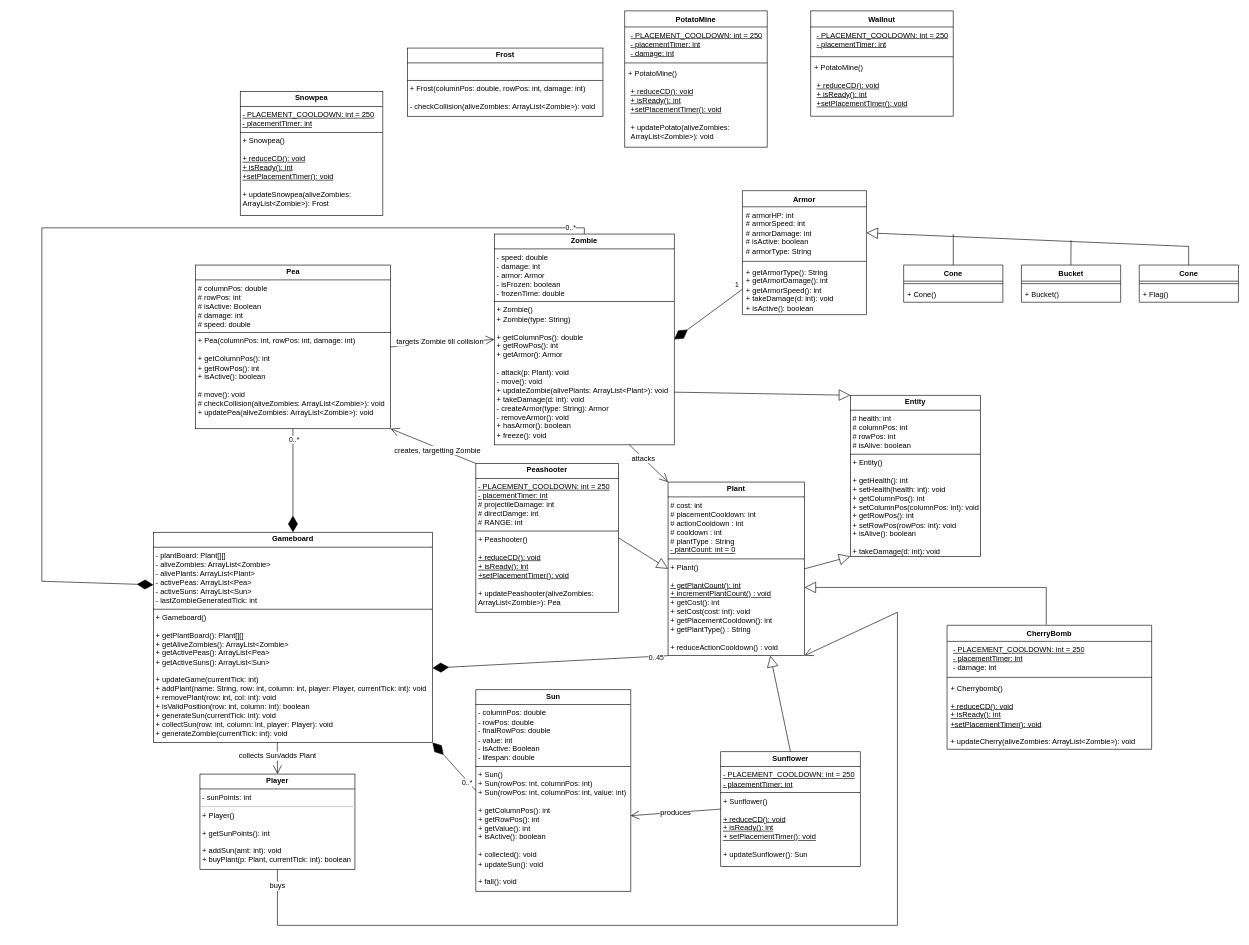
Earlier version of the draw.io diagram pvz-uml.drawio (gabespineli/plants-vs-zombies). Source tidied: cells renumbered, new cells numbered last; positions are measured from the earlier drawing's top-left corner, leaving out a move shared by most shapes. Both pictures are drawn from the tidied source at 62%, with x=0, y=0 at pixel (42, 11).
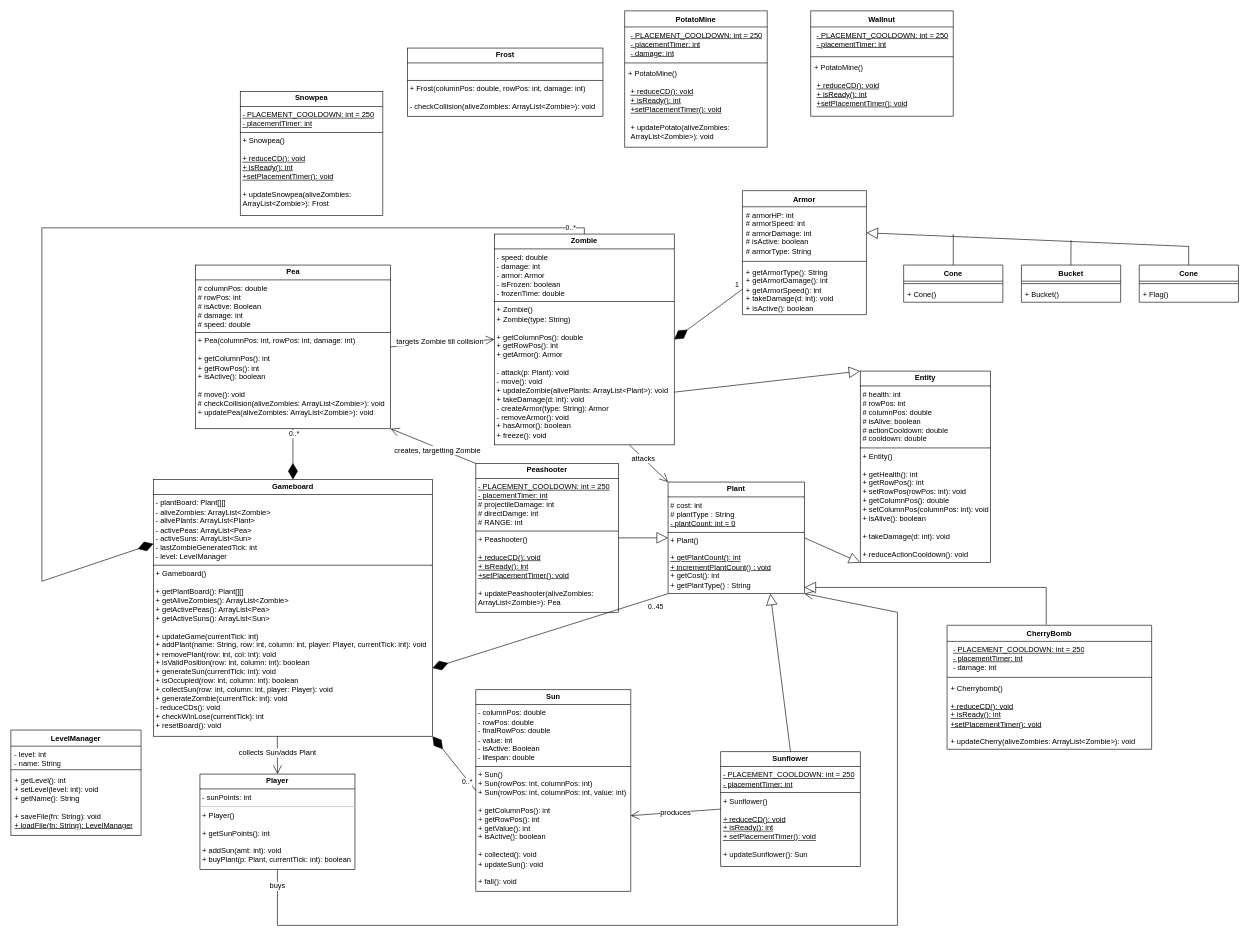
The same page after the edit.

Commit message (it also covers changes not shown here):
fixed a bit of access mods and uml

Diff of the diagram source:
```diff
@@
-    <mxCell id="3" value="&lt;p style=&quot;margin:0px;margin-top:4px;text-align:center;&quot;&gt;&lt;b&gt;Plant&lt;/b&gt;&lt;/p&gt;&lt;hr size=&quot;1&quot; style=&quot;border-style:solid;&quot;&gt;&lt;p style=&quot;margin:0px;margin-left:4px;&quot;&gt;# cost: int&lt;/p&gt;&lt;p style=&quot;margin:0px;margin-left:4px;&quot;&gt;# placementCooldown: int&lt;/p&gt;&lt;p style=&quot;margin:0px;margin-left:4px;&quot;&gt;# actionCooldown : int&lt;/p&gt;&lt;p style=&quot;margin:0px;margin-left:4px;&quot;&gt;# cooldown : int&lt;/p&gt;&lt;p style=&quot;margin:0px;margin-left:4px;&quot;&gt;# plantType : String&lt;/p&gt;&lt;p style=&quot;margin:0px;margin-left:4px;&quot;&gt;&lt;u&gt;- plantCount: int = 0&lt;/u&gt;&lt;/p&gt;&lt;hr size=&quot;1&quot; style=&quot;border-style:solid;&quot;&gt;&lt;p style=&quot;margin:0px;margin-left:4px;&quot;&gt;+ Plant()&lt;/p&gt;&lt;p style=&quot;margin:0px;margin-left:4px;&quot;&gt;&lt;br&gt;&lt;/p&gt;&lt;p style=&quot;margin:0px;margin-left:4px;&quot;&gt;&lt;u&gt;+ getPlantCount(): int&lt;/u&gt;&lt;/p&gt;&lt;p style=&quot;margin:0px;margin-left:4px;&quot;&gt;&lt;u&gt;+ incrementPlantCount() : void&lt;/u&gt;&lt;/p&gt;&lt;p style=&quot;margin:0px;margin-left:4px;&quot;&gt;+ getCost(): int&lt;/p&gt;&lt;p style=&quot;margin:0px;margin-left:4px;&quot;&gt;+ setCost(cost: int): void&lt;/p&gt;&lt;p style=&quot;margin: 0px 0px 0px 4px;&quot;&gt;+ getPlacementCooldown(): int&lt;/p&gt;&lt;p style=&quot;margin: 0px 0px 0px 4px;&quot;&gt;+ getPlantType() : String&lt;/p&gt;&lt;p style=&quot;margin: 0px 0px 0px 4px;&quot;&gt;&lt;span style=&quot;background-color: transparent; color: light-dark(rgb(0, 0, 0), rgb(255, 255, 255));&quot;&gt;&lt;br&gt;&lt;/span&gt;&lt;/p&gt;&lt;p style=&quot;margin: 0px 0px 0px 4px;&quot;&gt;&lt;span style=&quot;background-color: transparent; color: light-dark(rgb(0, 0, 0), rgb(255, 255, 255));&quot;&gt;+ reduceActionCooldown() : void&lt;/span&gt;&lt;/p&gt;&lt;p style=&quot;margin: 0px 0px 0px 4px;&quot;&gt;&lt;span style=&quot;background-color: transparent; color: light-dark(rgb(0, 0, 0), rgb(255, 255, 255));&quot;&gt;&lt;br&gt;&lt;/span&gt;&lt;/p&gt;&lt;p style=&quot;margin: 0px 0px 0px 4px;&quot;&gt;&lt;span style=&quot;background-color: transparent; color: light-dark(rgb(0, 0, 0), rgb(255, 255, 255));&quot;&gt;&lt;br&gt;&lt;/span&gt;&lt;/p&gt;&lt;p style=&quot;margin: 0px 0px 0px 4px;&quot;&gt;&lt;span style=&quot;background-color: transparent; color: light-dark(rgb(0, 0, 0), rgb(255, 255, 255));&quot;&gt;&lt;br&gt;&lt;/span&gt;&lt;/p&gt;" style="verticalAlign=top;align=left;overflow=fill;html=1;whiteSpace=wrap;" parent="1" vertex="1">
-      <mxGeometry x="1010" y="760" width="220" height="280" as="geometry" />
+    <mxCell id="3" value="&lt;p style=&quot;margin:0px;margin-top:4px;text-align:center;&quot;&gt;&lt;b&gt;Plant&lt;/b&gt;&lt;/p&gt;&lt;hr size=&quot;1&quot; style=&quot;border-style:solid;&quot;&gt;&lt;p style=&quot;margin:0px;margin-left:4px;&quot;&gt;# cost: int&lt;/p&gt;&lt;p style=&quot;margin:0px;margin-left:4px;&quot;&gt;# plantType : String&lt;/p&gt;&lt;p style=&quot;margin:0px;margin-left:4px;&quot;&gt;&lt;u&gt;- plantCount: int = 0&lt;/u&gt;&lt;/p&gt;&lt;hr size=&quot;1&quot; style=&quot;border-style:solid;&quot;&gt;&lt;p style=&quot;margin:0px;margin-left:4px;&quot;&gt;+ Plant()&lt;/p&gt;&lt;p style=&quot;margin:0px;margin-left:4px;&quot;&gt;&lt;br&gt;&lt;/p&gt;&lt;p style=&quot;margin:0px;margin-left:4px;&quot;&gt;&lt;u&gt;+ getPlantCount(): int&lt;/u&gt;&lt;/p&gt;&lt;p style=&quot;margin:0px;margin-left:4px;&quot;&gt;&lt;u&gt;+ incrementPlantCount() : void&lt;/u&gt;&lt;/p&gt;&lt;p style=&quot;margin:0px;margin-left:4px;&quot;&gt;+ getCost(): int&lt;/p&gt;&lt;p style=&quot;margin: 0px 0px 0px 4px;&quot;&gt;+ getPlantType() : String&lt;/p&gt;&lt;p style=&quot;margin: 0px 0px 0px 4px;&quot;&gt;&lt;span style=&quot;background-color: transparent; color: light-dark(rgb(0, 0, 0), rgb(255, 255, 255));&quot;&gt;&lt;br&gt;&lt;/span&gt;&lt;/p&gt;&lt;p style=&quot;margin: 0px 0px 0px 4px;&quot;&gt;&lt;span style=&quot;background-color: transparent; color: light-dark(rgb(0, 0, 0), rgb(255, 255, 255));&quot;&gt;&lt;br&gt;&lt;/span&gt;&lt;/p&gt;&lt;p style=&quot;margin: 0px 0px 0px 4px;&quot;&gt;&lt;span style=&quot;background-color: transparent; color: light-dark(rgb(0, 0, 0), rgb(255, 255, 255));&quot;&gt;&lt;br&gt;&lt;/span&gt;&lt;/p&gt;" style="verticalAlign=top;align=left;overflow=fill;html=1;whiteSpace=wrap;" parent="1" vertex="1">
+      <mxGeometry x="1010" y="760" width="220" height="180" as="geometry" />
     </mxCell>
@@
-    <mxCell id="5" value="&lt;p style=&quot;margin:0px;margin-top:4px;text-align:center;&quot;&gt;&lt;b&gt;Entity&lt;/b&gt;&lt;/p&gt;&lt;hr size=&quot;1&quot; style=&quot;border-style:solid;&quot;&gt;&lt;p style=&quot;margin:0px;margin-left:4px;&quot;&gt;# health: int&lt;/p&gt;&lt;p style=&quot;margin:0px;margin-left:4px;&quot;&gt;# columnPos: int&lt;/p&gt;&lt;p style=&quot;margin:0px;margin-left:4px;&quot;&gt;# rowPos: int&lt;/p&gt;&lt;p style=&quot;margin:0px;margin-left:4px;&quot;&gt;# isAlive: boolean&lt;/p&gt;&lt;hr size=&quot;1&quot; style=&quot;border-style:solid;&quot;&gt;&lt;p style=&quot;margin:0px;margin-left:4px;&quot;&gt;+ Entity()&lt;/p&gt;&lt;p style=&quot;margin:0px;margin-left:4px;&quot;&gt;&lt;br&gt;&lt;/p&gt;&lt;p style=&quot;margin: 0px 0px 0px 4px;&quot;&gt;+ getHealth(): int&lt;/p&gt;&lt;p style=&quot;margin: 0px 0px 0px 4px;&quot;&gt;+ setHealth(health: int): void&lt;/p&gt;&lt;p style=&quot;margin: 0px 0px 0px 4px;&quot;&gt;+ getColumnPos(): int&lt;/p&gt;&lt;p style=&quot;margin: 0px 0px 0px 4px;&quot;&gt;+ setColumnPos(columnPos: int): void&lt;/p&gt;&lt;p style=&quot;margin: 0px 0px 0px 4px;&quot;&gt;+ getRowPos(): int&lt;/p&gt;&lt;p style=&quot;margin: 0px 0px 0px 4px;&quot;&gt;+ setRowPos(rowPos: int): void&lt;/p&gt;&lt;p style=&quot;margin: 0px 0px 0px 4px;&quot;&gt;+ isAlive(): boolean&lt;/p&gt;&lt;p style=&quot;margin: 0px 0px 0px 4px;&quot;&gt;&lt;br&gt;&lt;/p&gt;&lt;p style=&quot;margin:0px;margin-left:4px;&quot;&gt;+ takeDamage(d: int): void&lt;/p&gt;&lt;p style=&quot;margin:0px;margin-left:4px;&quot;&gt;&lt;br&gt;&lt;/p&gt;&lt;p style=&quot;margin:0px;margin-left:4px;&quot;&gt;&lt;br&gt;&lt;/p&gt;" style="verticalAlign=top;align=left;overflow=fill;html=1;whiteSpace=wrap;" parent="1" vertex="1">
-      <mxGeometry x="1304" y="620" width="210" height="260" as="geometry" />
+    <mxCell id="5" value="&lt;p style=&quot;margin:0px;margin-top:4px;text-align:center;&quot;&gt;&lt;b&gt;Entity&lt;/b&gt;&lt;/p&gt;&lt;hr size=&quot;1&quot; style=&quot;border-style:solid;&quot;&gt;&lt;p style=&quot;margin:0px;margin-left:4px;&quot;&gt;# health: int&lt;/p&gt;&lt;p style=&quot;margin:0px;margin-left:4px;&quot;&gt;# rowPos: int&lt;/p&gt;&lt;p style=&quot;margin:0px;margin-left:4px;&quot;&gt;# columnPos: double&lt;/p&gt;&lt;p style=&quot;margin:0px;margin-left:4px;&quot;&gt;# isAlive: boolean&lt;/p&gt;&lt;p style=&quot;margin:0px;margin-left:4px;&quot;&gt;# actionCooldown: double&lt;/p&gt;&lt;p style=&quot;margin:0px;margin-left:4px;&quot;&gt;# cooldown: double&lt;/p&gt;&lt;hr size=&quot;1&quot; style=&quot;border-style:solid;&quot;&gt;&lt;p style=&quot;margin:0px;margin-left:4px;&quot;&gt;+ Entity()&lt;/p&gt;&lt;p style=&quot;margin:0px;margin-left:4px;&quot;&gt;&lt;br&gt;&lt;/p&gt;&lt;p style=&quot;margin: 0px 0px 0px 4px;&quot;&gt;+ getHealth(): int&lt;/p&gt;&lt;p style=&quot;margin: 0px 0px 0px 4px;&quot;&gt;+ getRowPos(): int&lt;/p&gt;&lt;p style=&quot;margin: 0px 0px 0px 4px;&quot;&gt;+ setRowPos(rowPos: int): void&lt;/p&gt;&lt;p style=&quot;margin: 0px 0px 0px 4px;&quot;&gt;+ getColumnPos(): double&lt;/p&gt;&lt;p style=&quot;margin: 0px 0px 0px 4px;&quot;&gt;+ setColumnPos(columnPos: int): void&lt;/p&gt;&lt;p style=&quot;margin: 0px 0px 0px 4px;&quot;&gt;+ isAlive(): boolean&lt;/p&gt;&lt;p style=&quot;margin: 0px 0px 0px 4px;&quot;&gt;&lt;br&gt;&lt;/p&gt;&lt;p style=&quot;margin:0px;margin-left:4px;&quot;&gt;+ takeDamage(d: int): void&lt;/p&gt;&lt;p style=&quot;margin:0px;margin-left:4px;&quot;&gt;&lt;br&gt;&lt;/p&gt;&lt;p style=&quot;margin:0px;margin-left:4px;&quot;&gt;+ reduceActionCooldown(): void&lt;/p&gt;&lt;p style=&quot;margin:0px;margin-left:4px;&quot;&gt;&lt;br&gt;&lt;/p&gt;" style="verticalAlign=top;align=left;overflow=fill;html=1;whiteSpace=wrap;" parent="1" vertex="1">
+      <mxGeometry x="1320" y="581" width="210" height="309" as="geometry" />
     </mxCell>
@@
-    <mxCell id="8" value="&lt;p style=&quot;margin:0px;margin-top:4px;text-align:center;&quot;&gt;&lt;b&gt;Gameboard&lt;/b&gt;&lt;/p&gt;&lt;hr size=&quot;1&quot; style=&quot;border-style:solid;&quot;&gt;&lt;p style=&quot;margin:0px;margin-left:4px;&quot;&gt;&lt;span style=&quot;background-color: transparent; color: light-dark(rgb(0, 0, 0), rgb(255, 255, 255));&quot;&gt;- plantBoard: Plant[][]&lt;/span&gt;&lt;/p&gt;&lt;p style=&quot;margin:0px;margin-left:4px;&quot;&gt;- aliveZombies: ArrayList&amp;lt;Zombie&amp;gt;&lt;/p&gt;&lt;p style=&quot;margin:0px;margin-left:4px;&quot;&gt;- alivePlants: ArrayList&amp;lt;Plant&amp;gt;&lt;/p&gt;&lt;p style=&quot;margin:0px;margin-left:4px;&quot;&gt;- activePeas: ArrayList&amp;lt;Pea&amp;gt;&lt;/p&gt;&lt;p style=&quot;margin:0px;margin-left:4px;&quot;&gt;- activeSuns: ArrayList&amp;lt;Sun&amp;gt;&lt;/p&gt;&lt;p style=&quot;margin:0px;margin-left:4px;&quot;&gt;- lastZombieGeneratedTick: int&lt;/p&gt;&lt;hr size=&quot;1&quot; style=&quot;border-style:solid;&quot;&gt;&lt;p style=&quot;margin:0px;margin-left:4px;&quot;&gt;+ Gameboard()&lt;/p&gt;&lt;p style=&quot;margin:0px;margin-left:4px;&quot;&gt;&lt;br&gt;&lt;/p&gt;&lt;p style=&quot;margin:0px;margin-left:4px;&quot;&gt;+ getPlantBoard(): Plant[][]&lt;/p&gt;&lt;p style=&quot;margin:0px;margin-left:4px;&quot;&gt;+ getAliveZombies(): ArrayList&amp;lt;Zombie&amp;gt;&lt;/p&gt;&lt;p style=&quot;margin:0px;margin-left:4px;&quot;&gt;+ getActivePeas(): ArrayList&amp;lt;Pea&amp;gt;&lt;/p&gt;&lt;p style=&quot;margin:0px;margin-left:4px;&quot;&gt;+ getActiveSuns(): ArrayList&amp;lt;Sun&amp;gt;&lt;/p&gt;&lt;p style=&quot;margin:0px;margin-left:4px;&quot;&gt;&lt;br&gt;&lt;/p&gt;&lt;p style=&quot;margin:0px;margin-left:4px;&quot;&gt;&lt;span style=&quot;white-space-collapse: preserve;&quot;&gt;+ updateGame(currentTick: int)&lt;/span&gt;&lt;/p&gt;&lt;p style=&quot;margin:0px;margin-left:4px;&quot;&gt;&lt;span style=&quot;white-space-collapse: preserve;&quot;&gt;+ addPlant(name: String, row: int, column: int, player: Player, currentTick: int): void&lt;/span&gt;&lt;span style=&quot;white-space-collapse: preserve;&quot;&gt;&lt;/span&gt;&lt;/p&gt;&lt;p style=&quot;margin:0px;margin-left:4px;&quot;&gt;&lt;span style=&quot;white-space-collapse: preserve;&quot;&gt;+ removePlant(row: int, col: int): void&lt;/span&gt;&lt;/p&gt;&lt;p style=&quot;margin:0px;margin-left:4px;&quot;&gt;&lt;span style=&quot;white-space-collapse: preserve;&quot;&gt;+ isValidPosition(row: int, column: int): boolean&lt;/span&gt;&lt;/p&gt;&lt;p style=&quot;margin:0px;margin-left:4px;&quot;&gt;+ generateSun(currentTick: int): void&lt;/p&gt;&lt;p style=&quot;margin:0px;margin-left:4px;&quot;&gt;+ collectSun(row: int, column: int, player: Player): void&lt;/p&gt;&lt;p style=&quot;margin:0px;margin-left:4px;&quot;&gt;+ generateZombie(currentTick: int): void&lt;/p&gt;" style="verticalAlign=top;align=left;overflow=fill;html=1;whiteSpace=wrap;" parent="1" vertex="1">
-      <mxGeometry x="180" y="841" width="450" height="339" as="geometry" />
+    <mxCell id="8" value="&lt;p style=&quot;margin:0px;margin-top:4px;text-align:center;&quot;&gt;&lt;b&gt;Gameboard&lt;/b&gt;&lt;/p&gt;&lt;hr size=&quot;1&quot; style=&quot;border-style:solid;&quot;&gt;&lt;p style=&quot;margin:0px;margin-left:4px;&quot;&gt;&lt;span style=&quot;background-color: transparent; color: light-dark(rgb(0, 0, 0), rgb(255, 255, 255));&quot;&gt;- plantBoard: Plant[][]&lt;/span&gt;&lt;/p&gt;&lt;p style=&quot;margin:0px;margin-left:4px;&quot;&gt;- aliveZombies: ArrayList&amp;lt;Zombie&amp;gt;&lt;/p&gt;&lt;p style=&quot;margin:0px;margin-left:4px;&quot;&gt;- alivePlants: ArrayList&amp;lt;Plant&amp;gt;&lt;/p&gt;&lt;p style=&quot;margin:0px;margin-left:4px;&quot;&gt;- activePeas: ArrayList&amp;lt;Pea&amp;gt;&lt;/p&gt;&lt;p style=&quot;margin:0px;margin-left:4px;&quot;&gt;- activeSuns: ArrayList&amp;lt;Sun&amp;gt;&lt;/p&gt;&lt;p style=&quot;margin:0px;margin-left:4px;&quot;&gt;- lastZombieGeneratedTick: int&lt;/p&gt;&lt;p style=&quot;margin:0px;margin-left:4px;&quot;&gt;- level: LevelManager&lt;/p&gt;&lt;hr size=&quot;1&quot; style=&quot;border-style:solid;&quot;&gt;&lt;p style=&quot;margin:0px;margin-left:4px;&quot;&gt;+ Gameboard()&lt;/p&gt;&lt;p style=&quot;margin:0px;margin-left:4px;&quot;&gt;&lt;br&gt;&lt;/p&gt;&lt;p style=&quot;margin:0px;margin-left:4px;&quot;&gt;+ getPlantBoard(): Plant[][]&lt;/p&gt;&lt;p style=&quot;margin:0px;margin-left:4px;&quot;&gt;+ getAliveZombies(): ArrayList&amp;lt;Zombie&amp;gt;&lt;/p&gt;&lt;p style=&quot;margin:0px;margin-left:4px;&quot;&gt;+ getActivePeas(): ArrayList&amp;lt;Pea&amp;gt;&lt;/p&gt;&lt;p style=&quot;margin:0px;margin-left:4px;&quot;&gt;+ getActiveSuns(): ArrayList&amp;lt;Sun&amp;gt;&lt;/p&gt;&lt;p style=&quot;margin:0px;margin-left:4px;&quot;&gt;&lt;br&gt;&lt;/p&gt;&lt;p style=&quot;margin:0px;margin-left:4px;&quot;&gt;&lt;span style=&quot;white-space-collapse: preserve;&quot;&gt;+ updateGame(currentTick: int)&lt;/span&gt;&lt;/p&gt;&lt;p style=&quot;margin:0px;margin-left:4px;&quot;&gt;&lt;span style=&quot;white-space-collapse: preserve;&quot;&gt;+ addPlant(name: String, row: int, column: int, player: Player, currentTick: int): void&lt;/span&gt;&lt;span style=&quot;white-space-collapse: preserve;&quot;&gt;&lt;/span&gt;&lt;/p&gt;&lt;p style=&quot;margin:0px;margin-left:4px;&quot;&gt;&lt;span style=&quot;white-space-collapse: preserve;&quot;&gt;+ removePlant(row: int, col: int): void&lt;/span&gt;&lt;/p&gt;&lt;p style=&quot;margin:0px;margin-left:4px;&quot;&gt;&lt;span style=&quot;white-space-collapse: preserve;&quot;&gt;+ isValidPosition(row: int, column: int): boolean&lt;/span&gt;&lt;/p&gt;&lt;p style=&quot;margin:0px;margin-left:4px;&quot;&gt;+ generateSun(currentTick: int): void&lt;/p&gt;&lt;p style=&quot;margin:0px;margin-left:4px;&quot;&gt;+ isOccupied(row: int, column: int): boolean&lt;/p&gt;&lt;p style=&quot;margin:0px;margin-left:4px;&quot;&gt;+ collectSun(row: int, column: int, player: Player): void&lt;/p&gt;&lt;p style=&quot;margin:0px;margin-left:4px;&quot;&gt;+ generateZombie(currentTick: int): void&lt;/p&gt;&lt;p style=&quot;margin:0px;margin-left:4px;&quot;&gt;- reduceCDs(): void&lt;/p&gt;&lt;p style=&quot;margin:0px;margin-left:4px;&quot;&gt;+ checkWinLose(currentTick): int&lt;/p&gt;&lt;p style=&quot;margin:0px;margin-left:4px;&quot;&gt;+ resetBoard(): void&lt;/p&gt;" style="verticalAlign=top;align=left;overflow=fill;html=1;whiteSpace=wrap;" parent="1" vertex="1">
+      <mxGeometry x="180" y="756" width="450" height="414" as="geometry" />
     </mxCell>
@@
+    <mxCell id="69" value="LevelManager" style="swimlane;fontStyle=1;align=center;verticalAlign=top;horizontal=1;startSize=26;whiteSpace=wrap;html=1;" parent="1" vertex="1">
+      <mxGeometry x="-50" y="1160" width="210" height="170" as="geometry" />
+    </mxCell>
+    <mxCell id="70" value="- level: int&lt;div&gt;- name: String&lt;/div&gt;" style="text;strokeColor=none;fillColor=none;align=left;verticalAlign=top;spacingLeft=4;spacingRight=4;overflow=hidden;whiteSpace=wrap;html=1;" parent="69" vertex="1">
+      <mxGeometry y="26" width="210" height="34" as="geometry" />
+    </mxCell>
+    <mxCell id="71" style="line;strokeWidth=1;fillColor=none;align=left;verticalAlign=middle;spacingTop=-1;spacingLeft=3;spacingRight=3;labelPosition=right;strokeColor=inherit;" parent="69" vertex="1">
+      <mxGeometry y="60" width="210" height="8" as="geometry" />
+    </mxCell>
+    <mxCell id="72" value="+ getLevel(): int&lt;div&gt;+ setLevel(level: int): void&lt;/div&gt;&lt;div&gt;+ getName(): String&lt;/div&gt;&lt;div&gt;&lt;br&gt;&lt;/div&gt;&lt;div&gt;+ saveFile(fn: String): void&lt;/div&gt;&lt;div&gt;&lt;u&gt;+ loadFile(fn: String): LevelManager&lt;/u&gt;&lt;/div&gt;" style="text;strokeColor=none;fillColor=none;align=left;verticalAlign=top;spacingLeft=4;spacingRight=4;overflow=hidden;whiteSpace=wrap;html=1;" parent="69" vertex="1">
+      <mxGeometry y="68" width="210" height="102" as="geometry" />
+    </mxCell>
```
